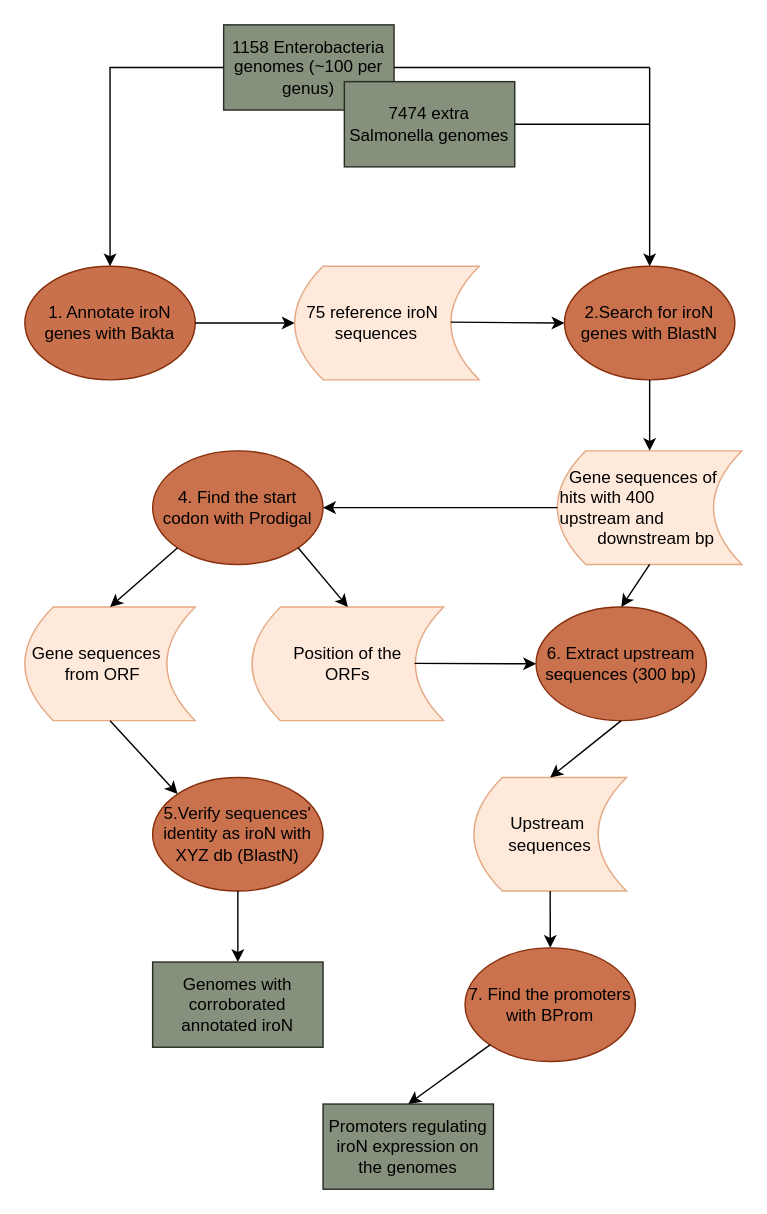
Above: IroN-project.drawio in Eugenio-Molphe/IroN-project (draw.io), before the change. Source tidied: cells renumbered, new cells numbered last; positions are measured from the earlier drawing's top-left corner, leaving out a move shared by most shapes. Both pictures are drawn from the tidied source at 142%, with x=0, y=0 at pixel (24, 24).
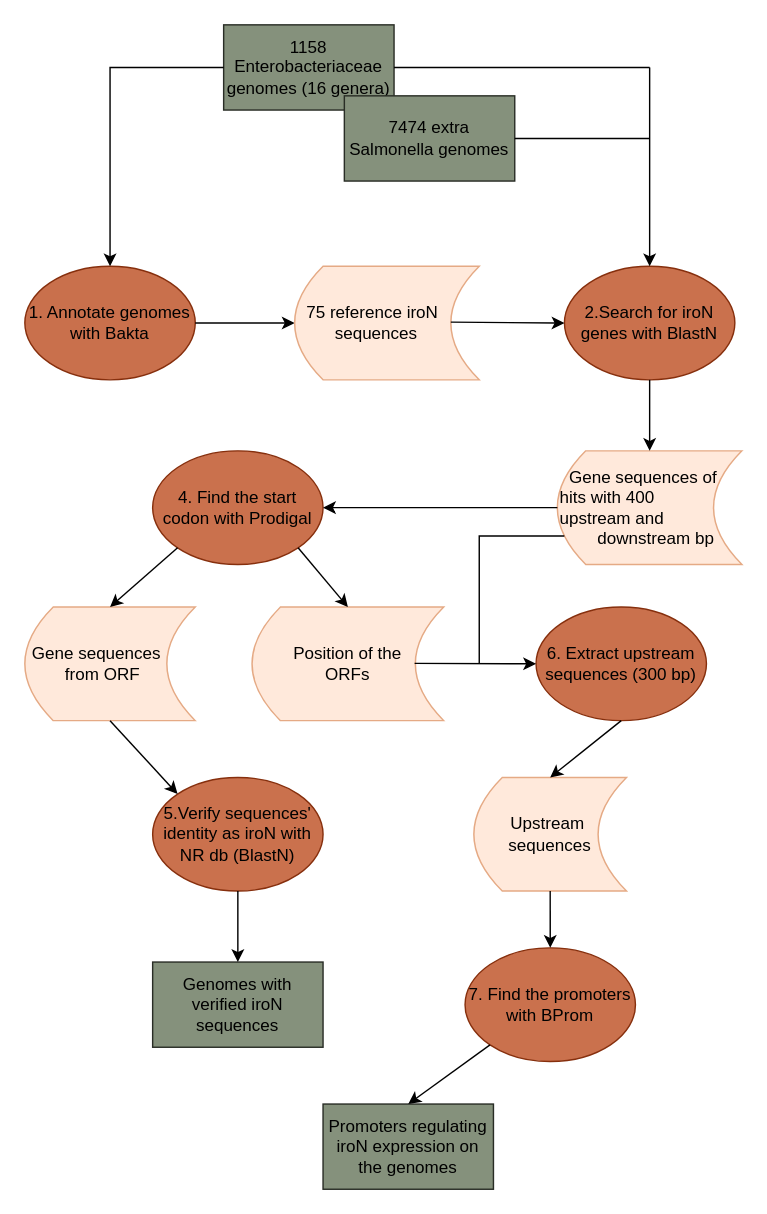
After the change.

The change refers to these unchanged cells:
```xml
<mxCell id="12" value="&lt;div&gt;&amp;nbsp; Gene sequences of&amp;nbsp;&lt;/div&gt;&lt;div&gt;hits with 400&amp;nbsp;&lt;/div&gt;&lt;div&gt;upstream and &lt;span style=&quot;white-space: pre;&quot;&gt;&#9;&lt;/span&gt;downstream bp&lt;/div&gt;" style="shape=dataStorage;whiteSpace=wrap;html=1;fixedSize=1;align=left;fillColor=#FFE9DB;strokeColor=#E5AA85;" parent="1" vertex="1">
  <mxGeometry x="375" y="300" width="130" height="80" as="geometry" />
</mxCell>
<mxCell id="20" value="6. Extract upstream sequences (300 bp)" style="ellipse;whiteSpace=wrap;html=1;fillColor=#CA714D;strokeColor=#862F0D;" parent="1" vertex="1">
  <mxGeometry x="360" y="410" width="120" height="80" as="geometry" />
</mxCell>
```

What changed in the source:
```diff
@@
-    <mxCell id="2" value="1. Annotate iroN genes with Bakta" style="ellipse;whiteSpace=wrap;html=1;fillColor=#c9704c;strokeColor=#862F0D;" parent="1" vertex="1">
+    <mxCell id="2" value="1. Annotate genomes with Bakta" style="ellipse;whiteSpace=wrap;html=1;fillColor=#c9704c;strokeColor=#862F0D;" parent="1" vertex="1">
       <mxGeometry y="170" width="120" height="80" as="geometry" />
     </mxCell>
-    <mxCell id="3" value="1158 Enterobacteria genomes (~100 per genus)" style="rounded=0;whiteSpace=wrap;html=1;fillColor=#85917C;strokeColor=#292D26;" parent="1" vertex="1">
+    <mxCell id="3" value="1158 Enterobacteriaceae genomes (16 genera)" style="rounded=0;whiteSpace=wrap;html=1;fillColor=#85917C;strokeColor=#292D26;" parent="1" vertex="1">
       <mxGeometry x="140" width="120" height="60" as="geometry" />
     </mxCell>
@@
-    <mxCell id="18" value="5.Verify sequences' identity as iroN with XYZ db (BlastN)" style="ellipse;whiteSpace=wrap;html=1;fillColor=#CA714D;strokeColor=#862F0D;" parent="1" vertex="1">
+    <mxCell id="18" value="5.Verify sequences' identity as iroN with NR db (BlastN)" style="ellipse;whiteSpace=wrap;html=1;fillColor=#CA714D;strokeColor=#862F0D;" parent="1" vertex="1">
       <mxGeometry x="90" y="530" width="120" height="80" as="geometry" />
     </mxCell>
-    <mxCell id="19" value="Genomes with corroborated annotated iroN" style="rounded=0;whiteSpace=wrap;html=1;fillColor=#85917C;strokeColor=#292D26;" parent="1" vertex="1">
+    <mxCell id="19" value="Genomes with verified iroN sequences" style="rounded=0;whiteSpace=wrap;html=1;fillColor=#85917C;strokeColor=#292D26;" parent="1" vertex="1">
       <mxGeometry x="90" y="660" width="120" height="60" as="geometry" />
     </mxCell>
@@
     <mxCell id="22" value="7474 extra Salmonella genomes" style="rounded=0;whiteSpace=wrap;html=1;fillColor=#85917C;strokeColor=#292D26;" parent="1" vertex="1">
-      <mxGeometry x="225" y="40" width="120" height="60" as="geometry" />
+      <mxGeometry x="225" y="50" width="120" height="60" as="geometry" />
     </mxCell>
@@
-    <mxCell id="25" style="endArrow=classic;html=1;rounded=0;exitX=0.5;exitY=1;exitDx=0;exitDy=0;entryX=0.5;entryY=0;entryDx=0;entryDy=0;" parent="1" edge="1" source="12" target="20">
-      <mxGeometry relative="1" as="geometry" />
-    </mxCell>
@@
     <mxCell id="33" style="endArrow=none;html=1;rounded=0;exitX=1;exitY=0.5;exitDx=0;exitDy=0;" parent="1" edge="1" source="22">
       <mxGeometry relative="1" as="geometry">
-        <mxPoint x="440" y="70" as="targetPoint" />
+        <mxPoint x="440" y="80" as="targetPoint" />
       </mxGeometry>
     </mxCell>
+    <mxCell id="34" style="endArrow=none;html=1;rounded=0;entryX=0.038;entryY=0.75;entryDx=0;entryDy=0;entryPerimeter=0;" parent="1" edge="1" target="12">
+      <mxGeometry relative="1" as="geometry">
+        <mxPoint x="320" y="450" as="sourcePoint" />
+        <Array as="points">
+          <mxPoint x="320" y="360" />
+        </Array>
+      </mxGeometry>
+    </mxCell>
```
